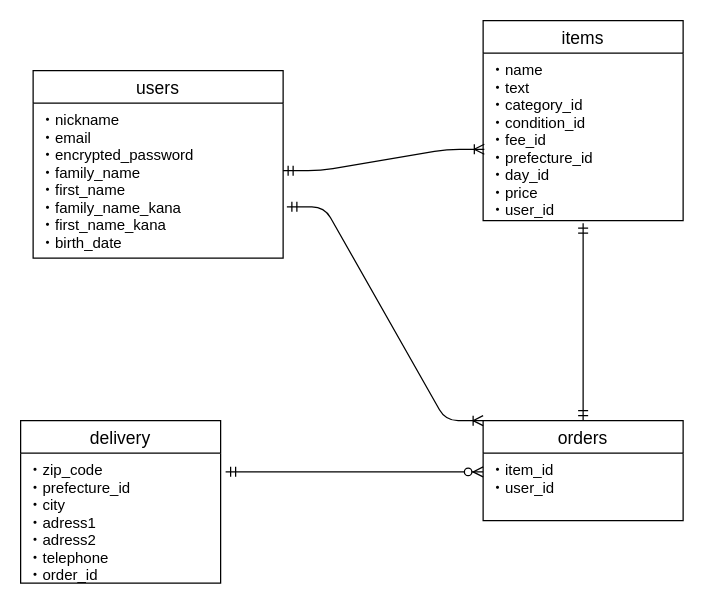
Above: ER.dio in nikan006/furima-36901 (draw.io), before the change. Source tidied: cells renumbered, new cells numbered last; positions are measured from the earlier drawing's top-left corner, leaving out a move shared by most shapes. Both pictures are drawn from the tidied source at 125%, with x=0, y=0 at pixel (20, 20).
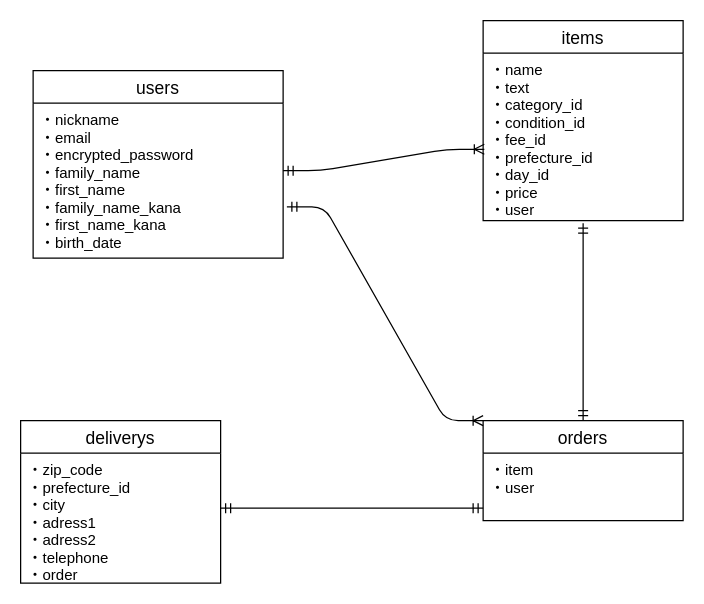
The same diagram, later.

What changed in the source:
```diff
@@
 <mxGraphModel>
   <root>
     <mxCell id="0" />
     <mxCell id="1" parent="0" />
     <mxCell id="2" value="users" style="swimlane;fontStyle=0;horizontal=1;startSize=26;align=center;fontSize=14;rounded=0;" parent="1" vertex="1">
       <mxGeometry x="10" y="40" width="200" height="150" as="geometry" />
     </mxCell>
     <mxCell id="3" value="・nickname&#10;・email&#10;・encrypted_password&#10;・family_name&#10;・first_name&#10;・family_name_kana&#10;・first_name_kana&#10;・birth_date&#10;" style="text;strokeColor=none;fillColor=none;spacingLeft=4;spacingRight=4;overflow=hidden;points=[[0,0.5],[1,0.5]];portConstraint=eastwest;fontSize=12;" parent="2" vertex="1">
       <mxGeometry y="26" width="200" height="124" as="geometry" />
     </mxCell>
     <mxCell id="4" value="items" style="swimlane;fontStyle=0;horizontal=1;startSize=26;align=center;fontSize=14;rounded=0;" parent="1" vertex="1">
       <mxGeometry x="370" width="160" height="160" as="geometry" />
     </mxCell>
-    <mxCell id="5" value="・name&#10;・text&#10;・category_id&#10;・condition_id&#10;・fee_id&#10;・prefecture_id&#10;・day_id&#10;・price&#10;・user_id" style="text;strokeColor=none;fillColor=none;spacingLeft=4;spacingRight=4;overflow=hidden;points=[[0,0.5],[1,0.5]];portConstraint=eastwest;fontSize=12;" parent="4" vertex="1">
+    <mxCell id="5" value="・name&#10;・text&#10;・category_id&#10;・condition_id&#10;・fee_id&#10;・prefecture_id&#10;・day_id&#10;・price&#10;・user" style="text;strokeColor=none;fillColor=none;spacingLeft=4;spacingRight=4;overflow=hidden;points=[[0,0.5],[1,0.5]];portConstraint=eastwest;fontSize=12;" parent="4" vertex="1">
       <mxGeometry y="26" width="160" height="134" as="geometry" />
     </mxCell>
     <mxCell id="6" style="edgeStyle=entityRelationEdgeStyle;fontSize=12;html=1;endArrow=ERoneToMany;startArrow=ERmandOne;entryX=0.006;entryY=0.574;entryDx=0;entryDy=0;entryPerimeter=0;" parent="1" edge="1" target="5">
       <mxGeometry relative="1" as="geometry">
         <mxPoint x="210" y="120" as="sourcePoint" />
       </mxGeometry>
     </mxCell>
     <mxCell id="7" value="orders" style="swimlane;fontStyle=0;horizontal=1;startSize=26;align=center;fontSize=14;rounded=0;" parent="1" vertex="1">
       <mxGeometry x="370" y="320" width="160" height="80" as="geometry" />
     </mxCell>
-    <mxCell id="8" value="・item_id&#10;・user_id" style="text;strokeColor=none;fillColor=none;spacingLeft=4;spacingRight=4;overflow=hidden;points=[[0,0.5],[1,0.5]];portConstraint=eastwest;fontSize=12;" parent="7" vertex="1">
+    <mxCell id="8" value="・item&#10;・user" style="text;strokeColor=none;fillColor=none;spacingLeft=4;spacingRight=4;overflow=hidden;points=[[0,0.5],[1,0.5]];portConstraint=eastwest;fontSize=12;" parent="7" vertex="1">
       <mxGeometry y="26" width="160" height="54" as="geometry" />
     </mxCell>
-    <mxCell id="9" value="delivery" style="swimlane;fontStyle=0;horizontal=1;startSize=26;align=center;fontSize=14;rounded=0;" parent="1" vertex="1">
+    <mxCell id="9" value="deliverys" style="swimlane;fontStyle=0;horizontal=1;startSize=26;align=center;fontSize=14;rounded=0;" parent="1" vertex="1">
       <mxGeometry y="320" width="160" height="130" as="geometry" />
     </mxCell>
-    <mxCell id="10" value="・zip_code&#10;・prefecture_id&#10;・city&#10;・adress1&#10;・adress2&#10;・telephone&#10;・order_id" style="text;strokeColor=none;fillColor=none;spacingLeft=4;spacingRight=4;overflow=hidden;points=[[0,0.5],[1,0.5]];portConstraint=eastwest;fontSize=12;" parent="9" vertex="1">
+    <mxCell id="10" value="・zip_code&#10;・prefecture_id&#10;・city&#10;・adress1&#10;・adress2&#10;・telephone&#10;・order" style="text;strokeColor=none;fillColor=none;spacingLeft=4;spacingRight=4;overflow=hidden;points=[[0,0.5],[1,0.5]];portConstraint=eastwest;fontSize=12;" parent="9" vertex="1">
       <mxGeometry y="26" width="160" height="104" as="geometry" />
     </mxCell>
     <mxCell id="11" style="edgeStyle=entityRelationEdgeStyle;fontSize=12;html=1;endArrow=ERoneToMany;startArrow=ERmandOne;entryX=0;entryY=0;entryDx=0;entryDy=0;exitX=1.015;exitY=0.669;exitDx=0;exitDy=0;exitPerimeter=0;" parent="1" edge="1" source="3" target="7">
       <mxGeometry relative="1" as="geometry" />
     </mxCell>
     <mxCell id="12" style="fontSize=12;html=1;endArrow=ERmandOne;startArrow=ERmandOne;entryX=0.5;entryY=1.015;entryDx=0;entryDy=0;entryPerimeter=0;exitX=0.5;exitY=0;exitDx=0;exitDy=0;" parent="1" edge="1" source="7" target="5">
       <mxGeometry relative="1" as="geometry" />
     </mxCell>
-    <mxCell id="13" style="fontSize=12;html=1;endArrow=ERzeroToMany;startArrow=ERmandOne;exitX=1.025;exitY=0.144;exitDx=0;exitDy=0;exitPerimeter=0;entryX=0;entryY=0.278;entryDx=0;entryDy=0;entryPerimeter=0;" parent="1" edge="1" source="10" target="8">
-      <mxGeometry relative="1" as="geometry" />
-    </mxCell>
+    <mxCell id="14" style="edgeStyle=entityRelationEdgeStyle;fontSize=12;html=1;endArrow=ERmandOne;startArrow=ERmandOne;" parent="1" edge="1">
+      <mxGeometry relative="1" as="geometry">
+        <mxPoint x="160" y="390" as="sourcePoint" />
+        <mxPoint x="370" y="390" as="targetPoint" />
+      </mxGeometry>
+    </mxCell>
   </root>
 </mxGraphModel>
```
